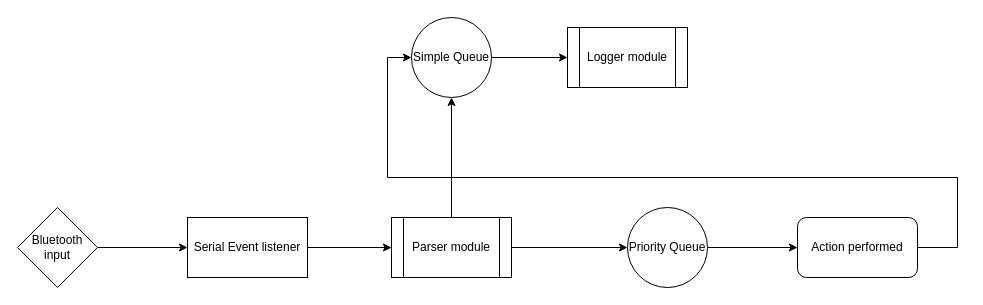
This is Untitled Diagram.drawio from arjun1299/PancreasGUI, a draw.io file, before an edit. Source tidied: cells renumbered, new cells numbered last; positions are measured from the earlier drawing's top-left corner, leaving out a move shared by most shapes. Both pictures are drawn from the tidied source at 100%, with x=0, y=0 at pixel (17, 17).
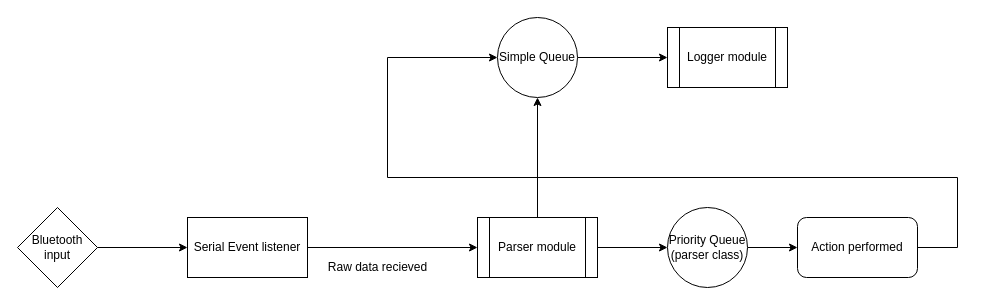
The same page after the edit.

Change to the diagram source:
```diff
@@
 <mxGraphModel>
   <root>
     <mxCell id="0" />
     <mxCell id="1" parent="0" />
     <mxCell id="2" value="Logger module" style="shape=process;whiteSpace=wrap;html=1;backgroundOutline=1;" parent="1" vertex="1">
-      <mxGeometry x="550" y="10" width="120" height="60" as="geometry" />
+      <mxGeometry x="650" y="10" width="120" height="60" as="geometry" />
     </mxCell>
     <mxCell id="3" style="edgeStyle=orthogonalEdgeStyle;rounded=0;jettySize=auto;html=1;exitX=1;exitY=0.5;exitDx=0;exitDy=0;" parent="1" edge="1" source="5" target="7">
       <mxGeometry relative="1" as="geometry" />
     </mxCell>
     <mxCell id="4" style="edgeStyle=orthogonalEdgeStyle;rounded=0;jettySize=auto;html=1;exitX=0.5;exitY=0;exitDx=0;exitDy=0;entryX=0.5;entryY=1;entryDx=0;entryDy=0;" parent="1" edge="1" source="5" target="9">
       <mxGeometry relative="1" as="geometry" />
     </mxCell>
     <mxCell id="5" value="Parser module" style="shape=process;whiteSpace=wrap;html=1;backgroundOutline=1;" parent="1" vertex="1">
-      <mxGeometry x="374" y="200" width="120" height="60" as="geometry" />
+      <mxGeometry x="460" y="200" width="120" height="60" as="geometry" />
     </mxCell>
     <mxCell id="6" style="edgeStyle=orthogonalEdgeStyle;rounded=0;jettySize=auto;html=1;exitX=1;exitY=0.5;exitDx=0;exitDy=0;" parent="1" edge="1" source="7" target="15">
       <mxGeometry relative="1" as="geometry" />
     </mxCell>
-    <mxCell id="7" value="Priority Queue" style="ellipse;whiteSpace=wrap;html=1;" parent="1" vertex="1">
-      <mxGeometry x="610" y="190" width="80" height="80" as="geometry" />
+    <mxCell id="7" value="&lt;div&gt;Priority Queue&lt;/div&gt;&lt;div&gt;(parser class)&lt;br&gt;&lt;/div&gt;" style="ellipse;whiteSpace=wrap;html=1;" parent="1" vertex="1">
+      <mxGeometry x="650" y="190" width="80" height="80" as="geometry" />
     </mxCell>
     <mxCell id="8" style="edgeStyle=orthogonalEdgeStyle;rounded=0;jettySize=auto;html=1;exitX=1;exitY=0.5;exitDx=0;exitDy=0;" parent="1" edge="1" source="9" target="2">
       <mxGeometry relative="1" as="geometry" />
     </mxCell>
     <mxCell id="9" value="Simple Queue" style="ellipse;whiteSpace=wrap;html=1;" parent="1" vertex="1">
-      <mxGeometry x="394" width="80" height="80" as="geometry" />
+      <mxGeometry x="480" width="80" height="80" as="geometry" />
     </mxCell>
     <mxCell id="10" style="edgeStyle=orthogonalEdgeStyle;rounded=0;jettySize=auto;html=1;exitX=1;exitY=0.5;exitDx=0;exitDy=0;entryX=0;entryY=0.5;entryDx=0;entryDy=0;" parent="1" edge="1" source="11" target="13">
       <mxGeometry relative="1" as="geometry" />
     </mxCell>
     <mxCell id="11" value="Bluetooth input" style="rhombus;whiteSpace=wrap;html=1;" parent="1" vertex="1">
       <mxGeometry y="190" width="80" height="80" as="geometry" />
     </mxCell>
     <mxCell id="12" style="edgeStyle=orthogonalEdgeStyle;rounded=0;jettySize=auto;html=1;exitX=1;exitY=0.5;exitDx=0;exitDy=0;entryX=0;entryY=0.5;entryDx=0;entryDy=0;" parent="1" edge="1" source="13" target="5">
       <mxGeometry relative="1" as="geometry" />
     </mxCell>
     <mxCell id="13" value="Serial Event listener" style="rounded=0;whiteSpace=wrap;html=1;" parent="1" vertex="1">
       <mxGeometry x="170" y="200" width="120" height="60" as="geometry" />
     </mxCell>
     <mxCell id="14" style="edgeStyle=orthogonalEdgeStyle;rounded=0;jettySize=auto;html=1;exitX=1;exitY=0.5;exitDx=0;exitDy=0;entryX=0;entryY=0.5;entryDx=0;entryDy=0;" parent="1" edge="1" source="15" target="9">
       <mxGeometry relative="1" as="geometry">
         <Array as="points">
           <mxPoint x="940" y="230" />
           <mxPoint x="940" y="160" />
           <mxPoint x="370" y="160" />
           <mxPoint x="370" y="40" />
         </Array>
       </mxGeometry>
     </mxCell>
     <mxCell id="15" value="Action performed" style="rounded=1;whiteSpace=wrap;html=1;" parent="1" vertex="1">
       <mxGeometry x="780" y="200" width="120" height="60" as="geometry" />
     </mxCell>
+    <mxCell id="16" value="Raw data recieved" style="text;html=1;align=center;verticalAlign=middle;" parent="1" vertex="1">
+      <mxGeometry x="305" y="240" width="110" height="20" as="geometry" />
+    </mxCell>
   </root>
 </mxGraphModel>
```
